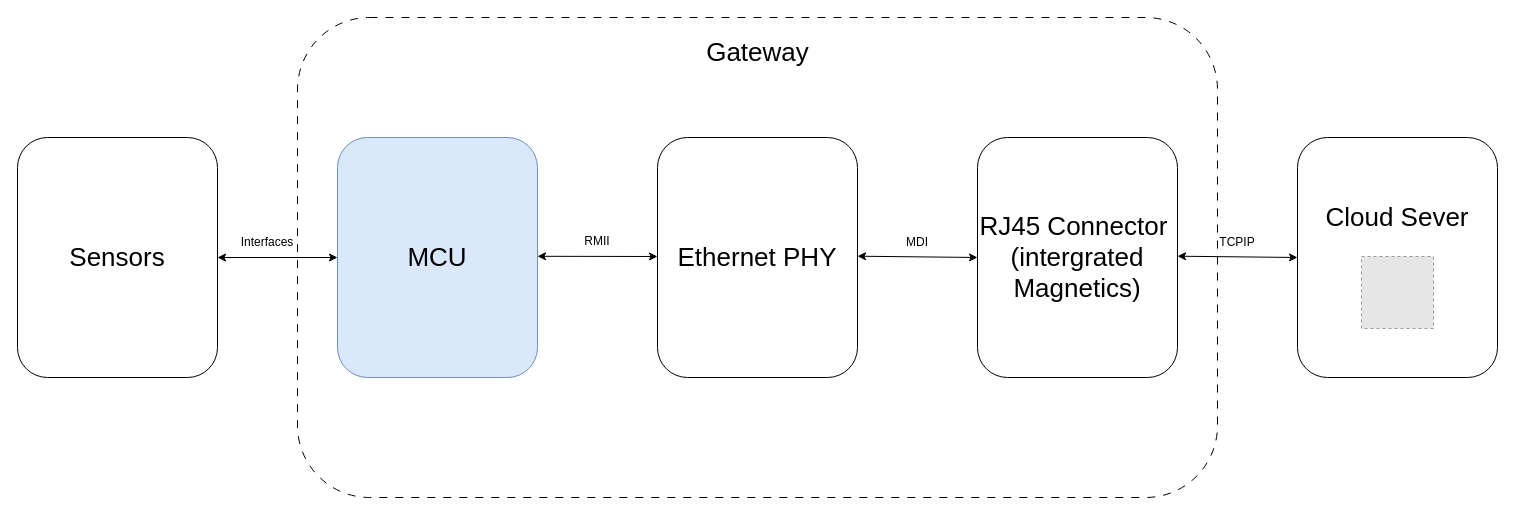
Hiepnguyen04/Flowchart keeps this draw.io diagram as Biểu đồ không có tiêu đề.drawio. Above is the earlier version. Source tidied: cells renumbered, new cells numbered last; positions are measured from the earlier drawing's top-left corner, leaving out a move shared by most shapes. Both pictures are drawn from the tidied source at 100%, with x=0, y=0 at pixel (17, 17). Pictures stored in the file or linked from it are replaced by grey dashed boxes.
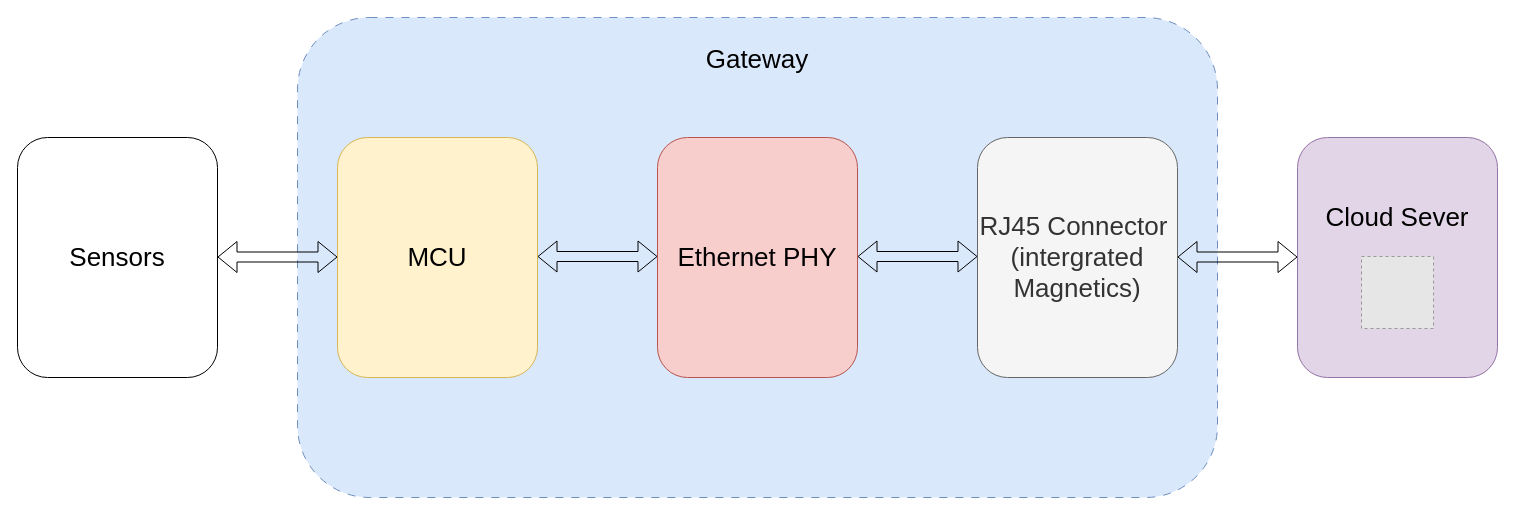
After the change.

Commit message:
Cập nhật Biểu đồ không có tiêu đề.drawio

The edit, as a diff of the source:
```diff
@@
-    <mxCell id="2" style="rounded=1;whiteSpace=wrap;html=1;fillColor=none;dashed=1;dashPattern=8 8;" parent="1" vertex="1">
+    <mxCell id="2" style="rounded=1;whiteSpace=wrap;html=1;dashed=1;dashPattern=8 8;fillColor=#dae8fc;strokeColor=#6c8ebf;" parent="1" vertex="1">
       <mxGeometry x="280" width="920" height="480" as="geometry" />
     </mxCell>
-    <mxCell id="3" value="&lt;font style=&quot;font-size: 26px;&quot;&gt;RJ45 Connector&amp;nbsp;&lt;/font&gt;&lt;div&gt;&lt;font style=&quot;font-size: 26px;&quot;&gt;(intergrated&lt;/font&gt;&lt;div&gt;&lt;font style=&quot;font-size: 26px;&quot;&gt;Magnetics)&lt;/font&gt;&lt;/div&gt;&lt;/div&gt;" style="rounded=1;whiteSpace=wrap;html=1;" parent="1" vertex="1">
+    <mxCell id="3" value="&lt;font style=&quot;font-size: 26px;&quot;&gt;RJ45 Connector&amp;nbsp;&lt;/font&gt;&lt;div&gt;&lt;font style=&quot;font-size: 26px;&quot;&gt;(intergrated&lt;/font&gt;&lt;div&gt;&lt;font style=&quot;font-size: 26px;&quot;&gt;Magnetics)&lt;/font&gt;&lt;/div&gt;&lt;/div&gt;" style="rounded=1;whiteSpace=wrap;html=1;fillColor=#f5f5f5;fontColor=#333333;strokeColor=#666666;" parent="1" vertex="1">
       <mxGeometry x="960" y="120" width="200" height="240" as="geometry" />
     </mxCell>
-    <mxCell id="4" value="&lt;font style=&quot;font-size: 26px;&quot;&gt;Ethernet PHY&lt;/font&gt;" style="rounded=1;whiteSpace=wrap;html=1;" parent="1" vertex="1">
+    <mxCell id="4" value="&lt;font style=&quot;font-size: 26px;&quot;&gt;Ethernet PHY&lt;/font&gt;" style="rounded=1;whiteSpace=wrap;html=1;fillColor=#f8cecc;strokeColor=#b85450;" parent="1" vertex="1">
       <mxGeometry x="640" y="120" width="200" height="240" as="geometry" />
     </mxCell>
-    <mxCell id="5" value="&lt;span style=&quot;font-size: 26px;&quot;&gt;MCU&lt;/span&gt;" style="rounded=1;whiteSpace=wrap;html=1;fillColor=#dae8fc;strokeColor=#6c8ebf;" parent="1" vertex="1">
+    <mxCell id="5" value="&lt;span style=&quot;font-size: 26px;&quot;&gt;MCU&lt;/span&gt;" style="rounded=1;whiteSpace=wrap;html=1;fillColor=#fff2cc;strokeColor=#d6b656;" parent="1" vertex="1">
       <mxGeometry x="320" y="120" width="200" height="240" as="geometry" />
     </mxCell>
-    <mxCell id="6" style="endArrow=classic;startArrow=classic;html=1;rounded=0;" parent="1" edge="1">
-      <mxGeometry relative="1" as="geometry">
-        <mxPoint x="840" y="238.7" as="sourcePoint" />
-        <mxPoint x="960" y="240" as="targetPoint" />
-      </mxGeometry>
-    </mxCell>
-    <mxCell id="7" style="endArrow=classic;startArrow=classic;html=1;rounded=0;horizontal=0;" parent="1" edge="1">
-      <mxGeometry relative="1" as="geometry">
-        <mxPoint x="520" y="238.8" as="sourcePoint" />
-        <mxPoint x="640" y="239" as="targetPoint" />
-      </mxGeometry>
-    </mxCell>
-    <mxCell id="8" value="MDI" style="text;html=1;whiteSpace=wrap;strokeColor=none;fillColor=none;align=center;verticalAlign=middle;rounded=0;" parent="1" vertex="1">
-      <mxGeometry x="870" y="210" width="60" height="30" as="geometry" />
-    </mxCell>
-    <mxCell id="9" value="RMII" style="text;html=1;whiteSpace=wrap;strokeColor=none;fillColor=none;align=center;verticalAlign=middle;rounded=0;" parent="1" vertex="1">
-      <mxGeometry x="550" y="209" width="60" height="30" as="geometry" />
-    </mxCell>
-    <mxCell id="10" style="rounded=1;whiteSpace=wrap;html=1;" parent="1" vertex="1">
+    <mxCell id="10" style="rounded=1;whiteSpace=wrap;html=1;fillColor=#e1d5e7;strokeColor=#9673a6;" parent="1" vertex="1">
       <mxGeometry x="1280" y="120" width="200" height="240" as="geometry" />
     </mxCell>
-    <mxCell id="11" style="endArrow=classic;startArrow=classic;html=1;rounded=0;" parent="1" edge="1">
-      <mxGeometry relative="1" as="geometry">
-        <mxPoint x="1160" y="238.7" as="sourcePoint" />
-        <mxPoint x="1280" y="240" as="targetPoint" />
-      </mxGeometry>
-    </mxCell>
-    <mxCell id="12" value="TCPIP" style="text;html=1;whiteSpace=wrap;strokeColor=none;fillColor=none;align=center;verticalAlign=middle;rounded=0;" parent="1" vertex="1">
-      <mxGeometry x="1190" y="210" width="60" height="30" as="geometry" />
-    </mxCell>
-    <mxCell id="13" value="&lt;span style=&quot;font-size: 26px; background-color: light-dark(#ffffff, var(--ge-dark-color, #121212));&quot;&gt;Gateway&lt;/span&gt;" style="text;html=1;whiteSpace=wrap;strokeColor=none;fillColor=none;align=center;verticalAlign=middle;rounded=0;" parent="1" vertex="1">
-      <mxGeometry x="677.5" y="20" width="125" height="30" as="geometry" />
-    </mxCell>
@@
-    <mxCell id="15" style="endArrow=classic;startArrow=classic;html=1;rounded=0;" parent="1" edge="1">
-      <mxGeometry relative="1" as="geometry">
-        <mxPoint x="200" y="240" as="sourcePoint" />
-        <mxPoint x="320" y="240" as="targetPoint" />
-      </mxGeometry>
-    </mxCell>
-    <mxCell id="16" value="Interfaces" style="text;html=1;whiteSpace=wrap;strokeColor=none;fillColor=none;align=center;verticalAlign=middle;rounded=0;" parent="1" vertex="1">
-      <mxGeometry x="220" y="210" width="60" height="30" as="geometry" />
-    </mxCell>
@@
+    <mxCell id="19" style="shape=flexArrow;endArrow=classic;startArrow=classic;html=1;rounded=0;" parent="1" edge="1">
+      <mxGeometry relative="1" as="geometry">
+        <mxPoint x="200" y="239.5" as="sourcePoint" />
+        <mxPoint x="320" y="239.5" as="targetPoint" />
+      </mxGeometry>
+    </mxCell>
+    <mxCell id="20" style="shape=flexArrow;endArrow=classic;startArrow=classic;html=1;rounded=0;" parent="1" edge="1">
+      <mxGeometry relative="1" as="geometry">
+        <mxPoint x="520" y="239" as="sourcePoint" />
+        <mxPoint x="640" y="239" as="targetPoint" />
+      </mxGeometry>
+    </mxCell>
+    <mxCell id="21" style="shape=flexArrow;endArrow=classic;startArrow=classic;html=1;rounded=0;" parent="1" edge="1">
+      <mxGeometry relative="1" as="geometry">
+        <mxPoint x="840" y="239" as="sourcePoint" />
+        <mxPoint x="960" y="239" as="targetPoint" />
+      </mxGeometry>
+    </mxCell>
+    <mxCell id="22" style="shape=flexArrow;endArrow=classic;startArrow=classic;html=1;rounded=0;" parent="1" edge="1">
+      <mxGeometry relative="1" as="geometry">
+        <mxPoint x="1160" y="239.5" as="sourcePoint" />
+        <mxPoint x="1280" y="239.5" as="targetPoint" />
+      </mxGeometry>
+    </mxCell>
+    <mxCell id="13" value="&lt;font style=&quot;font-size: 26px;&quot;&gt;Gateway&lt;/font&gt;" style="text;html=1;whiteSpace=wrap;strokeColor=none;fillColor=none;align=center;verticalAlign=middle;rounded=0;strokeWidth=26;" parent="1" vertex="1">
+      <mxGeometry x="710" y="27" width="60" height="30" as="geometry" />
+    </mxCell>
```
